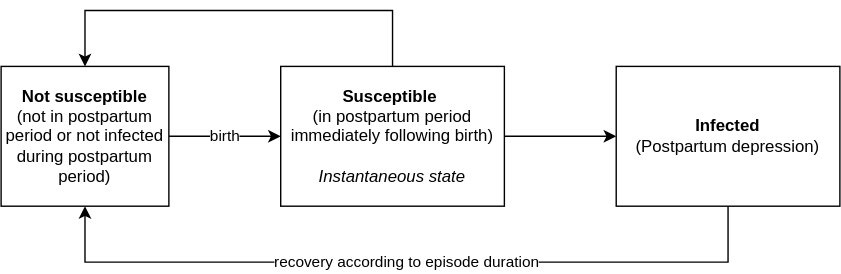
Before: docs/source/gbd2019_models/causes/postpartum_depression/cause_model.svg, a diagram exported from draw.io (ihmeuw/vivarium_research). Source tidied: cells renumbered, new cells last; positions are measured from the earlier drawing's top-left corner, leaving out a move shared by most shapes. Its diagram source:
```xml
<mxGraphModel>
  <root>
    <mxCell id="0" />
    <mxCell id="1" parent="0" />
    <mxCell id="2" value="birth" style="edgeStyle=orthogonalEdgeStyle;rounded=0;jettySize=auto;html=1;entryX=0;entryY=0.5;entryDx=0;entryDy=0;" parent="1" edge="1" source="3" target="6">
      <mxGeometry relative="1" as="geometry" />
    </mxCell>
    <mxCell id="3" value="&lt;b&gt;Not susceptible&lt;br&gt;&lt;/b&gt;(not in postpartum period or not infected during postpartum period)" style="rounded=0;whiteSpace=wrap;html=1;" parent="1" vertex="1">
      <mxGeometry y="40" width="120" height="100" as="geometry" />
    </mxCell>
    <mxCell id="4" style="edgeStyle=orthogonalEdgeStyle;rounded=0;jettySize=auto;html=1;entryX=0;entryY=0.5;entryDx=0;entryDy=0;" parent="1" edge="1" source="6" target="8">
      <mxGeometry relative="1" as="geometry" />
    </mxCell>
    <mxCell id="5" style="edgeStyle=orthogonalEdgeStyle;rounded=0;jettySize=auto;html=1;entryX=0.5;entryY=0;entryDx=0;entryDy=0;" parent="1" edge="1" source="6" target="3">
      <mxGeometry relative="1" as="geometry">
        <Array as="points">
          <mxPoint x="280" />
          <mxPoint x="60" />
        </Array>
      </mxGeometry>
    </mxCell>
    <mxCell id="6" value="&lt;b&gt;Susceptible&amp;nbsp;&lt;br&gt;&lt;/b&gt;(in postpartum period immediately following birth)&lt;br&gt;&lt;br&gt;&lt;i&gt;Instantaneous state&lt;/i&gt;" style="rounded=0;whiteSpace=wrap;html=1;" parent="1" vertex="1">
      <mxGeometry x="200" y="40" width="160" height="100" as="geometry" />
    </mxCell>
    <mxCell id="7" value="recovery according to episode duration" style="edgeStyle=orthogonalEdgeStyle;rounded=0;jettySize=auto;html=1;entryX=0.5;entryY=1;entryDx=0;entryDy=0;" parent="1" edge="1" source="8" target="3">
      <mxGeometry relative="1" as="geometry">
        <Array as="points">
          <mxPoint x="520" y="180" />
          <mxPoint x="60" y="180" />
        </Array>
      </mxGeometry>
    </mxCell>
    <mxCell id="8" value="&lt;b&gt;Infected&lt;br&gt;&lt;/b&gt;(Postpartum depression)" style="rounded=0;whiteSpace=wrap;html=1;" parent="1" vertex="1">
      <mxGeometry x="440" y="40" width="160" height="100" as="geometry" />
    </mxCell>
  </root>
</mxGraphModel>
```
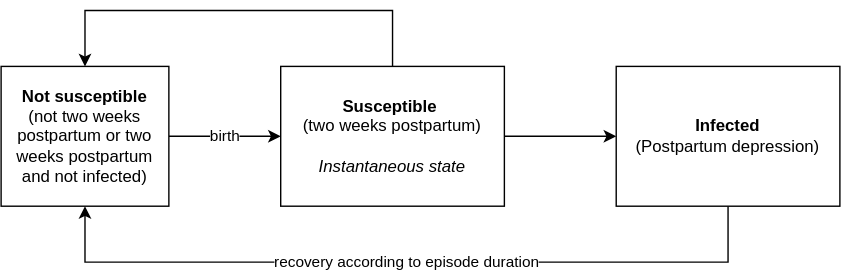
Later version of the same file.

Commit message:
hemoglobin effect on postpartum depression

Change to the diagram source:
```diff
@@ -5,7 +5,7 @@
     <mxCell id="2" value="birth" style="edgeStyle=orthogonalEdgeStyle;rounded=0;jettySize=auto;html=1;entryX=0;entryY=0.5;entryDx=0;entryDy=0;" parent="1" edge="1" source="3" target="6">
       <mxGeometry relative="1" as="geometry" />
     </mxCell>
-    <mxCell id="3" value="&lt;b&gt;Not susceptible&lt;br&gt;&lt;/b&gt;(not in postpartum period or not infected during postpartum period)" style="rounded=0;whiteSpace=wrap;html=1;" parent="1" vertex="1">
+    <mxCell id="3" value="&lt;b&gt;Not susceptible&lt;br&gt;&lt;/b&gt;(not two weeks postpartum or two weeks postpartum and not infected)" style="rounded=0;whiteSpace=wrap;html=1;" parent="1" vertex="1">
       <mxGeometry y="40" width="120" height="100" as="geometry" />
     </mxCell>
     <mxCell id="4" style="edgeStyle=orthogonalEdgeStyle;rounded=0;jettySize=auto;html=1;entryX=0;entryY=0.5;entryDx=0;entryDy=0;" parent="1" edge="1" source="6" target="8">
@@ -19,7 +19,7 @@
         </Array>
       </mxGeometry>
     </mxCell>
-    <mxCell id="6" value="&lt;b&gt;Susceptible&amp;nbsp;&lt;br&gt;&lt;/b&gt;(in postpartum period immediately following birth)&lt;br&gt;&lt;br&gt;&lt;i&gt;Instantaneous state&lt;/i&gt;" style="rounded=0;whiteSpace=wrap;html=1;" parent="1" vertex="1">
+    <mxCell id="6" value="&lt;b&gt;Susceptible&amp;nbsp;&lt;br&gt;&lt;/b&gt;(two weeks postpartum)&lt;br&gt;&lt;br&gt;&lt;i&gt;Instantaneous state&lt;/i&gt;" style="rounded=0;whiteSpace=wrap;html=1;" parent="1" vertex="1">
       <mxGeometry x="200" y="40" width="160" height="100" as="geometry" />
     </mxCell>
     <mxCell id="7" value="recovery according to episode duration" style="edgeStyle=orthogonalEdgeStyle;rounded=0;jettySize=auto;html=1;entryX=0.5;entryY=1;entryDx=0;entryDy=0;" parent="1" edge="1" source="8" target="3">
```
